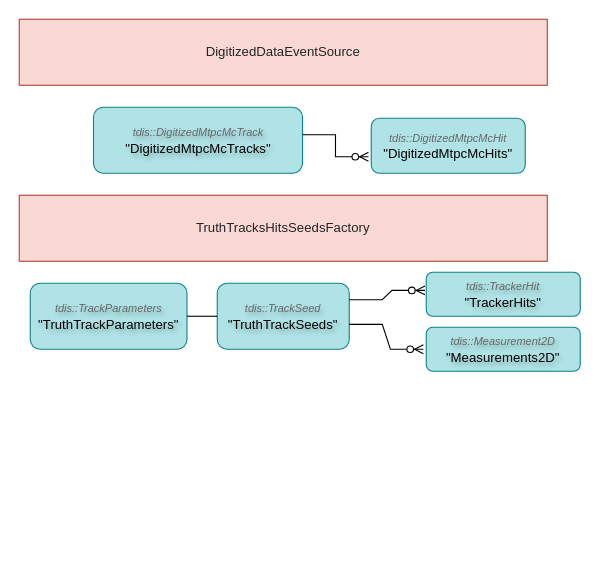
Before: docs/_media/tracking-diagram.drawio in JeffersonLab/tdis, a draw.io diagram. Source tidied: cells renumbered, new cells numbered last; positions are measured from the earlier drawing's top-left corner, leaving out a move shared by most shapes. Both pictures are drawn from the tidied source at 110%, with x=0, y=0 at pixel (19, 19).
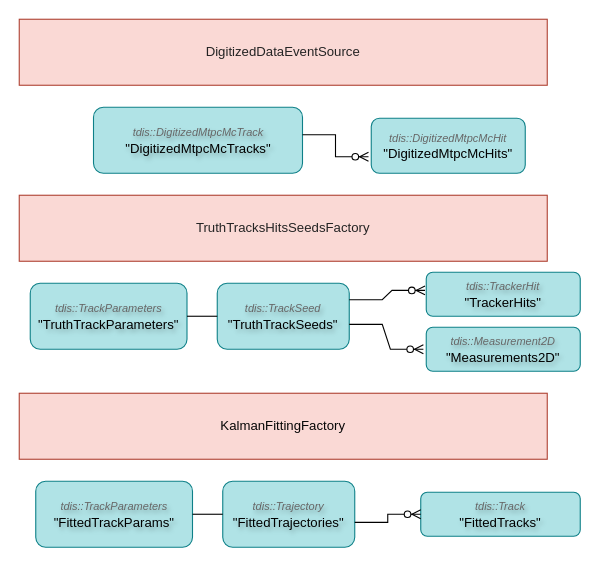
After the change.

The edit, as a diff of the source:
```diff
@@
+    <mxCell id="15" value="&lt;font style=&quot;color: rgb(7, 7, 7);&quot;&gt;KalmanFittingFactory&lt;/font&gt;" style="rounded=0;whiteSpace=wrap;html=1;strokeColor=#ae4132;align=center;verticalAlign=middle;fontFamily=Helvetica;fontSize=12;fontColor=#242424;fillColor=#fad9d5;" parent="1" vertex="1">
+      <mxGeometry y="340" width="480" height="60" as="geometry" />
+    </mxCell>
+    <mxCell id="16" value="&lt;i&gt;&lt;font style=&quot;font-size: 10px;&quot;&gt;tdis::&lt;/font&gt;&lt;/i&gt;&lt;span style=&quot;font-size: 10px;&quot;&gt;&lt;i&gt;Trajectory&lt;/i&gt;&lt;/span&gt;&lt;div&gt;&lt;font style=&quot;color: rgb(0, 0, 0);&quot;&gt;&quot;FittedTrajectories&lt;span style=&quot;&quot;&gt;&quot;&lt;/span&gt;&lt;/font&gt;&lt;/div&gt;" style="rounded=1;whiteSpace=wrap;html=1;fillColor=#b0e3e6;strokeColor=#0e8088;fontColor=#666666;labelBackgroundColor=none;textShadow=1;" parent="1" vertex="1">
+      <mxGeometry x="185" y="420" width="120" height="60" as="geometry" />
+    </mxCell>
+    <mxCell id="17" value="&lt;i&gt;&lt;font style=&quot;font-size: 10px;&quot;&gt;tdis::&lt;/font&gt;&lt;/i&gt;&lt;span style=&quot;font-size: 10px;&quot;&gt;&lt;i&gt;TrackParameters&lt;/i&gt;&lt;/span&gt;&lt;div&gt;&lt;font style=&quot;color: rgb(0, 0, 0);&quot;&gt;&quot;FittedTrackParams&lt;span style=&quot;&quot;&gt;&quot;&lt;/span&gt;&lt;/font&gt;&lt;/div&gt;" style="rounded=1;whiteSpace=wrap;html=1;fillColor=#b0e3e6;strokeColor=#0e8088;fontColor=#666666;labelBackgroundColor=none;textShadow=1;" parent="1" vertex="1">
+      <mxGeometry x="15" y="420" width="142.5" height="60" as="geometry" />
+    </mxCell>
+    <mxCell id="18" value="&lt;i&gt;&lt;font style=&quot;font-size: 10px;&quot;&gt;tdis::Track&lt;/font&gt;&lt;/i&gt;&lt;div&gt;&lt;font style=&quot;color: rgb(0, 0, 0);&quot;&gt;&quot;FittedTracks&lt;span style=&quot;&quot;&gt;&quot;&lt;/span&gt;&lt;/font&gt;&lt;/div&gt;" style="rounded=1;whiteSpace=wrap;html=1;fillColor=#b0e3e6;strokeColor=#0e8088;fontColor=#666666;labelBackgroundColor=none;textShadow=1;" parent="1" vertex="1">
+      <mxGeometry x="365" y="430" width="145" height="40" as="geometry" />
+    </mxCell>
+    <mxCell id="19" style="edgeStyle=entityRelationEdgeStyle;fontSize=12;html=1;endArrow=ERzeroToMany;endFill=1;rounded=0;entryX=0;entryY=0.5;entryDx=0;entryDy=0;exitX=1.022;exitY=0.623;exitDx=0;exitDy=0;exitPerimeter=0;" parent="1" edge="1" target="18">
+      <mxGeometry relative="1" as="geometry">
+        <mxPoint x="305" y="457.4" as="sourcePoint" />
+        <Array as="points">
+          <mxPoint x="392.4" y="370" />
+          <mxPoint x="315" y="460" />
+          <mxPoint x="322.4" y="470" />
+          <mxPoint x="335" y="450" />
+          <mxPoint x="442.4" y="420" />
+          <mxPoint x="452.4" y="420" />
+          <mxPoint x="392.4" y="470" />
+        </Array>
+      </mxGeometry>
+    </mxCell>
+    <mxCell id="20" style="endArrow=none;html=1;rounded=0;entryX=0;entryY=0.5;entryDx=0;entryDy=0;exitX=1;exitY=0.5;exitDx=0;exitDy=0;" parent="1" edge="1" source="17" target="16">
+      <mxGeometry relative="1" as="geometry" />
+    </mxCell>
+    <mxCell id="21" style="edgeStyle=orthogonalEdgeStyle;rounded=0;orthogonalLoop=1;jettySize=auto;html=1;exitX=0.5;exitY=1;exitDx=0;exitDy=0;" parent="1" edge="1" source="18" target="18">
+      <mxGeometry relative="1" as="geometry" />
+    </mxCell>
```
